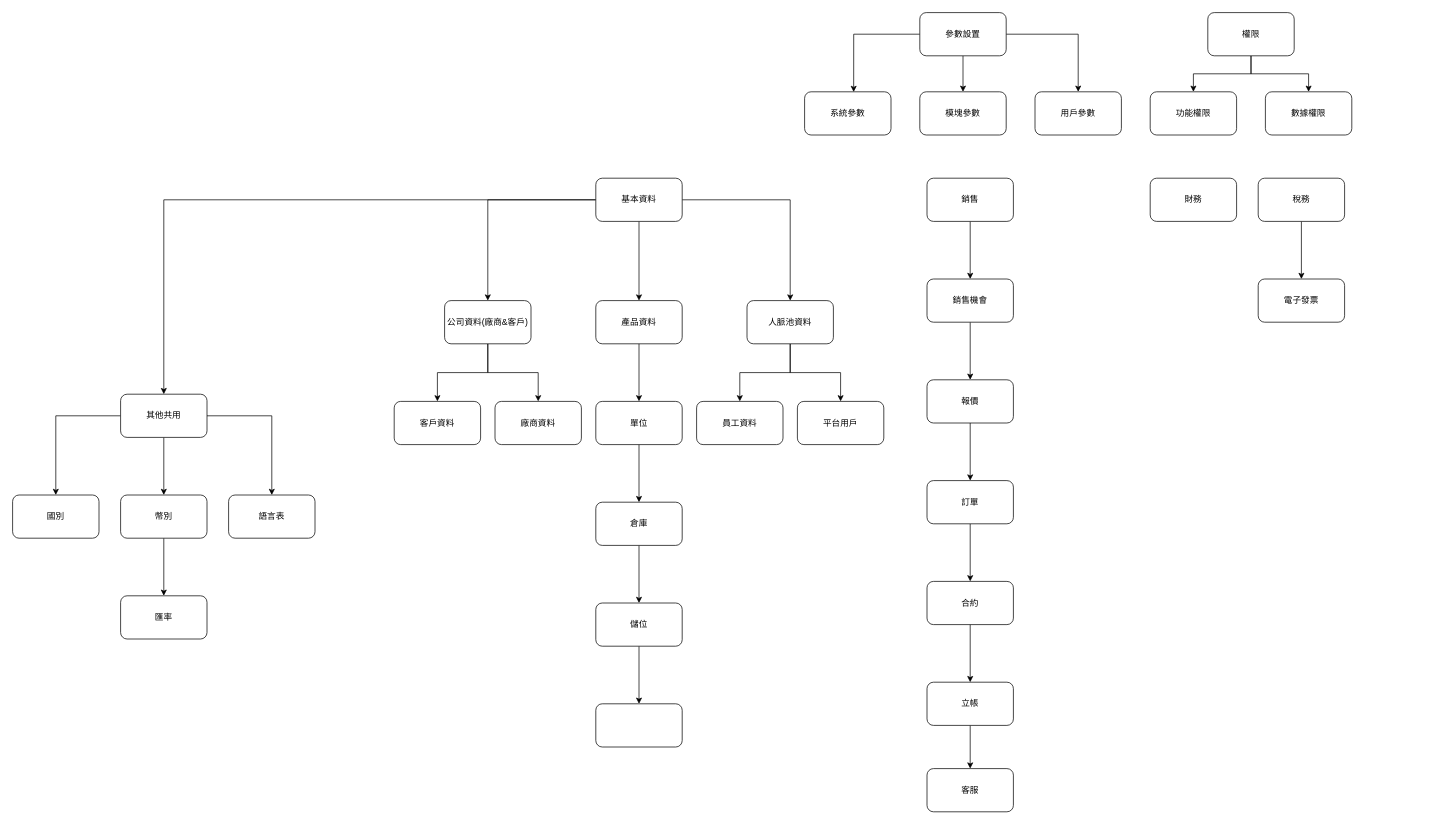
Earlier version of the draw.io diagram fPlus_主流程.drawio (frglobal/documents). Source tidied: cells renumbered, new cells numbered last; positions are measured from the earlier drawing's top-left corner, leaving out a move shared by most shapes. Both pictures are drawn from the tidied source at 72%, with x=0, y=0 at pixel (12, 12).
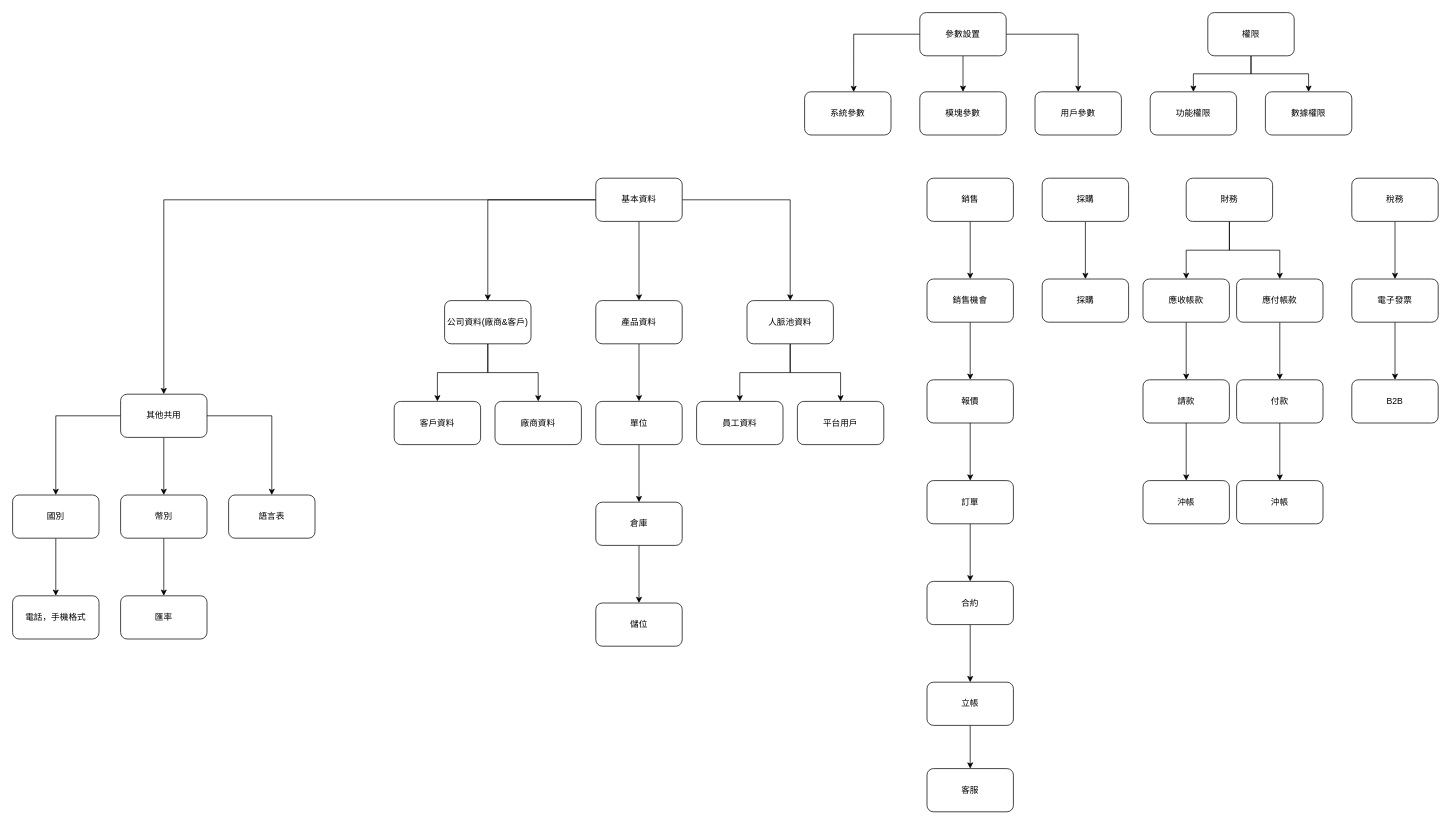
The same page after the edit.

Commit message (it also covers changes not shown here):
更新fPlus_主流程.drawio

The change refers to these unchanged cells:
```xml
<mxCell id="16" value="儲位" style="rounded=1;whiteSpace=wrap;html=1;" parent="1" vertex="1">
  <mxGeometry x="810" y="820" width="120" height="60" as="geometry" />
</mxCell>
<mxCell id="63" value="國別" style="rounded=1;whiteSpace=wrap;html=1;" parent="1" vertex="1">
  <mxGeometry y="670" width="120" height="60" as="geometry" />
</mxCell>
```

The edit, as a diff of the source:
```diff
@@
-    <mxCell id="15" style="edgeStyle=orthogonalEdgeStyle;rounded=0;jettySize=auto;html=1;" parent="1" edge="1" source="16" target="17">
-      <mxGeometry relative="1" as="geometry" />
-    </mxCell>
@@
-    <mxCell id="17" style="rounded=1;whiteSpace=wrap;html=1;" parent="1" vertex="1">
-      <mxGeometry x="810" y="960" width="120" height="60" as="geometry" />
-    </mxCell>
@@
+    <mxCell id="64" style="edgeStyle=orthogonalEdgeStyle;rounded=0;jettySize=auto;html=1;" parent="1" edge="1" source="35" target="67">
+      <mxGeometry relative="1" as="geometry" />
+    </mxCell>
+    <mxCell id="65" style="edgeStyle=orthogonalEdgeStyle;rounded=0;jettySize=auto;html=1;entryX=0.5;entryY=0;entryDx=0;entryDy=0;" parent="1" edge="1" source="35" target="76">
+      <mxGeometry relative="1" as="geometry" />
+    </mxCell>
     <mxCell id="35" value="財務" style="rounded=1;whiteSpace=wrap;html=1;" parent="1" vertex="1">
-      <mxGeometry x="1580" y="230" width="120" height="60" as="geometry" />
+      <mxGeometry x="1630" y="230" width="120" height="60" as="geometry" />
     </mxCell>
+    <mxCell id="66" style="edgeStyle=orthogonalEdgeStyle;rounded=0;jettySize=auto;html=1;" parent="1" edge="1" source="67" target="69">
+      <mxGeometry relative="1" as="geometry" />
+    </mxCell>
+    <mxCell id="67" value="應收帳款" style="rounded=1;whiteSpace=wrap;html=1;" parent="1" vertex="1">
+      <mxGeometry x="1570" y="370" width="120" height="60" as="geometry" />
+    </mxCell>
+    <mxCell id="68" style="edgeStyle=orthogonalEdgeStyle;rounded=0;jettySize=auto;html=1;" parent="1" edge="1" source="69" target="70">
+      <mxGeometry relative="1" as="geometry" />
+    </mxCell>
+    <mxCell id="69" value="請款" style="rounded=1;whiteSpace=wrap;html=1;" parent="1" vertex="1">
+      <mxGeometry x="1570" y="510" width="120" height="60" as="geometry" />
+    </mxCell>
+    <mxCell id="70" value="沖帳" style="rounded=1;whiteSpace=wrap;html=1;" parent="1" vertex="1">
+      <mxGeometry x="1570" y="650" width="120" height="60" as="geometry" />
+    </mxCell>
@@
     <mxCell id="43" value="稅務" style="rounded=1;whiteSpace=wrap;html=1;" parent="1" vertex="1">
-      <mxGeometry x="1730" y="230" width="120" height="60" as="geometry" />
+      <mxGeometry x="1860" y="230" width="120" height="60" as="geometry" />
     </mxCell>
+    <mxCell id="71" style="edgeStyle=orthogonalEdgeStyle;rounded=0;jettySize=auto;html=1;" parent="1" edge="1" source="44" target="72">
+      <mxGeometry relative="1" as="geometry" />
+    </mxCell>
     <mxCell id="44" value="電子發票" style="rounded=1;whiteSpace=wrap;html=1;" parent="1" vertex="1">
-      <mxGeometry x="1730" y="370" width="120" height="60" as="geometry" />
+      <mxGeometry x="1860" y="370" width="120" height="60" as="geometry" />
     </mxCell>
+    <mxCell id="72" value="B2B" style="rounded=1;whiteSpace=wrap;html=1;" parent="1" vertex="1">
+      <mxGeometry x="1860" y="510" width="120" height="60" as="geometry" />
+    </mxCell>
@@
+    <mxCell id="73" style="edgeStyle=orthogonalEdgeStyle;rounded=0;jettySize=auto;html=1;" parent="1" edge="1" source="63" target="74">
+      <mxGeometry relative="1" as="geometry" />
+    </mxCell>
@@
+    <mxCell id="74" value="電話，手機格式" style="rounded=1;whiteSpace=wrap;html=1;" parent="1" vertex="1">
+      <mxGeometry y="810" width="120" height="60" as="geometry" />
+    </mxCell>
+    <mxCell id="75" style="edgeStyle=orthogonalEdgeStyle;rounded=0;jettySize=auto;html=1;" parent="1" edge="1" source="76" target="78">
+      <mxGeometry relative="1" as="geometry" />
+    </mxCell>
+    <mxCell id="76" value="應付帳款" style="rounded=1;whiteSpace=wrap;html=1;" parent="1" vertex="1">
+      <mxGeometry x="1700" y="370" width="120" height="60" as="geometry" />
+    </mxCell>
+    <mxCell id="77" style="edgeStyle=orthogonalEdgeStyle;rounded=0;jettySize=auto;html=1;" parent="1" edge="1" source="78" target="79">
+      <mxGeometry relative="1" as="geometry" />
+    </mxCell>
+    <mxCell id="78" value="付款" style="rounded=1;whiteSpace=wrap;html=1;" parent="1" vertex="1">
+      <mxGeometry x="1700" y="510" width="120" height="60" as="geometry" />
+    </mxCell>
+    <mxCell id="79" value="沖帳" style="rounded=1;whiteSpace=wrap;html=1;" parent="1" vertex="1">
+      <mxGeometry x="1700" y="650" width="120" height="60" as="geometry" />
+    </mxCell>
+    <mxCell id="80" style="edgeStyle=orthogonalEdgeStyle;rounded=0;jettySize=auto;html=1;" parent="1" edge="1" source="81" target="82">
+      <mxGeometry relative="1" as="geometry" />
+    </mxCell>
+    <mxCell id="81" value="採購" style="rounded=1;whiteSpace=wrap;html=1;" parent="1" vertex="1">
+      <mxGeometry x="1430" y="230" width="120" height="60" as="geometry" />
+    </mxCell>
+    <mxCell id="82" value="採購" style="rounded=1;whiteSpace=wrap;html=1;" parent="1" vertex="1">
+      <mxGeometry x="1430" y="370" width="120" height="60" as="geometry" />
+    </mxCell>
```
